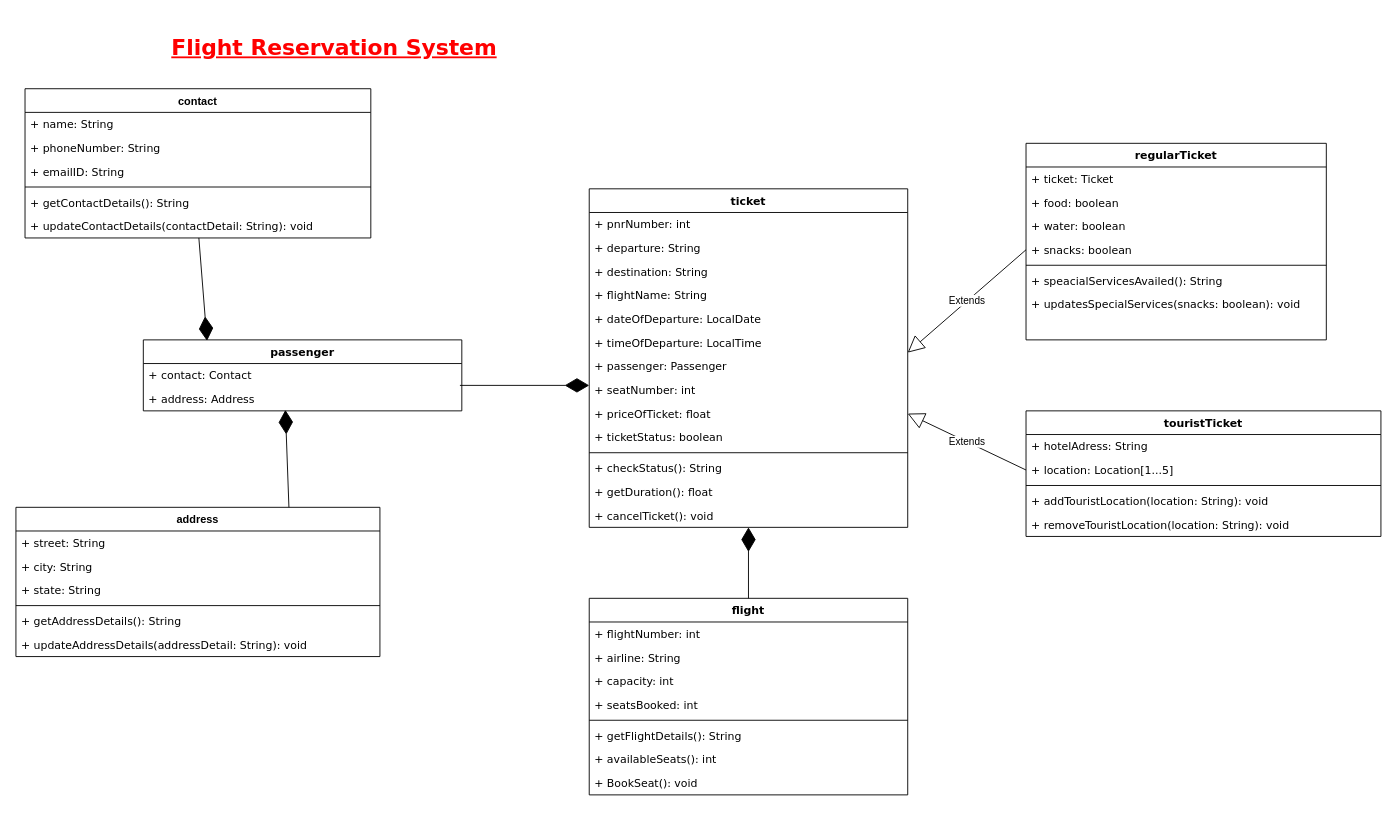
MallaRaviPrakashReddy/dummmy-upgrad-Project-for-practice keeps this draw.io diagram as frs.drawio.xml. Above is the earlier version. Source tidied: cells renumbered, new cells numbered last; positions are measured from the earlier drawing's top-left corner, leaving out a move shared by most shapes. Both pictures are drawn from the tidied source at 91%, with x=0, y=0 at pixel (15, 15).
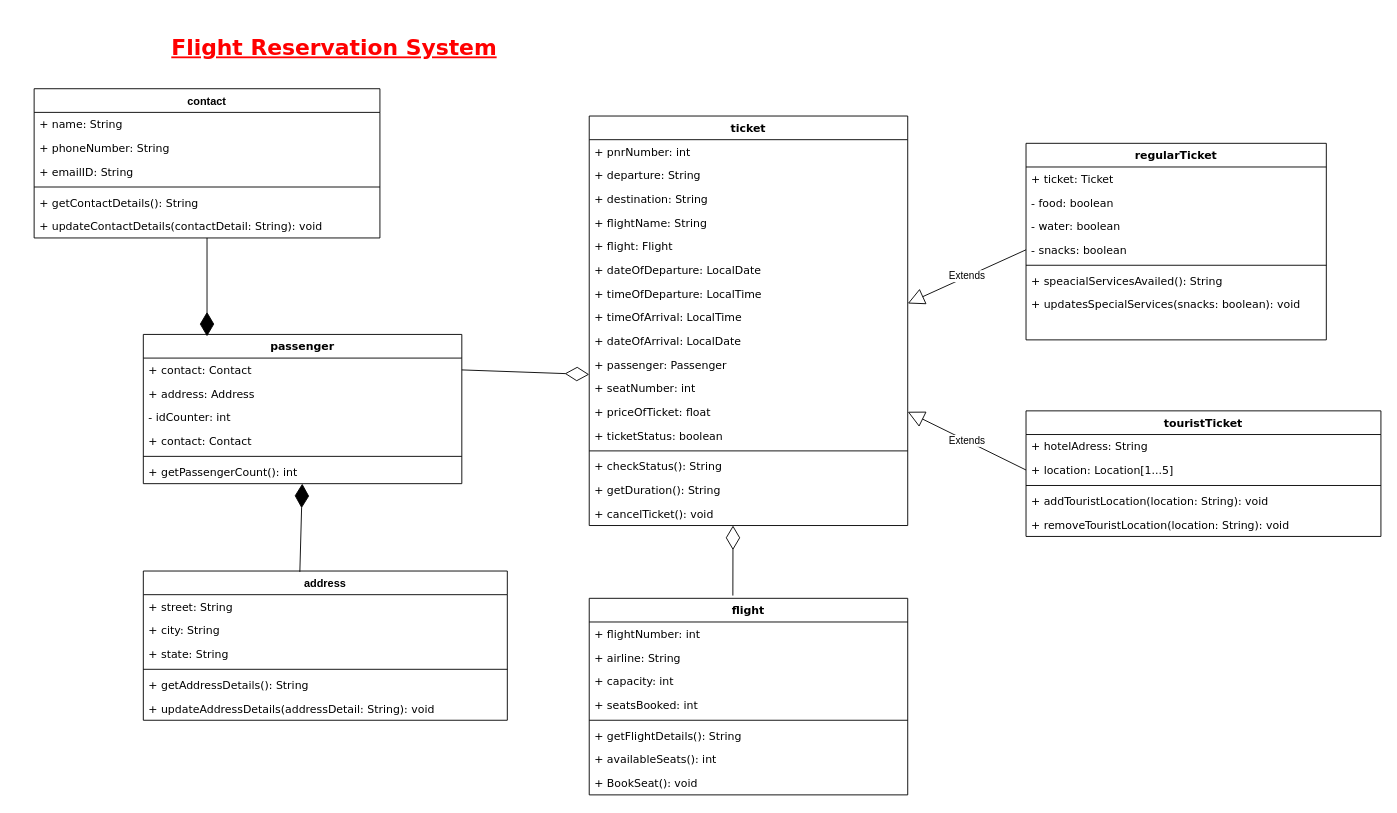
After the change.

Unchanged cells that the change refers to:
```xml
<mxCell id="4" value="+ contact: Contact" style="text;strokeColor=none;fillColor=none;align=left;verticalAlign=top;spacingLeft=4;spacingRight=4;overflow=hidden;points=[[0,0.5],[1,0.5]];portConstraint=eastwest;fontFamily=Verdana;fontColor=#000000;" parent="3" vertex="1">
  <mxGeometry y="26" width="350" height="26" as="geometry" />
</mxCell>
<mxCell id="5" value="+ address: Address" style="text;strokeColor=none;fillColor=none;align=left;verticalAlign=top;spacingLeft=4;spacingRight=4;overflow=hidden;points=[[0,0.5],[1,0.5]];portConstraint=eastwest;fontFamily=Verdana;fontColor=#000000;" parent="3" vertex="1">
  <mxGeometry y="52" width="350" height="26" as="geometry" />
</mxCell>
<mxCell id="21" value="regularTicket" style="swimlane;fontStyle=1;align=center;verticalAlign=top;horizontal=1;startSize=26;fontFamily=Verdana;fontColor=#000000;" parent="1" vertex="1">
  <mxGeometry x="1110" y="140" width="330" height="216" as="geometry" />
</mxCell>
<mxCell id="36" value="flight" style="swimlane;fontStyle=1;align=center;verticalAlign=top;horizontal=1;startSize=26;fontFamily=Verdana;fontColor=#000000;" parent="1" vertex="1">
  <mxGeometry x="630" y="640" width="350" height="216" as="geometry" />
</mxCell>
```

Diff of the diagram source:
```diff
@@
     <mxCell id="3" value="passenger" style="swimlane;fontStyle=1;align=center;verticalAlign=top;horizontal=1;startSize=26;fontFamily=Verdana;fontColor=#000000;" parent="1" vertex="1">
-      <mxGeometry x="140" y="356" width="350" height="78" as="geometry" />
+      <mxGeometry x="140" y="350" width="350" height="164" as="geometry" />
     </mxCell>
@@
+    <mxCell id="65" value="- idCounter: int" style="text;strokeColor=none;fillColor=none;align=left;verticalAlign=top;spacingLeft=4;spacingRight=4;overflow=hidden;fontFamily=Verdana;fontColor=#000000;" parent="3" vertex="1">
+      <mxGeometry y="78" width="350" height="26" as="geometry" />
+    </mxCell>
+    <mxCell id="66" value="+ contact: Contact" style="text;strokeColor=none;fillColor=none;align=left;verticalAlign=top;spacingLeft=4;spacingRight=4;overflow=hidden;fontFamily=Verdana;fontColor=#000000;" parent="3" vertex="1">
+      <mxGeometry y="104" width="350" height="26" as="geometry" />
+    </mxCell>
+    <mxCell id="67" style="line;strokeWidth=1;fillColor=none;align=left;verticalAlign=middle;spacingTop=-1;spacingLeft=3;spacingRight=3;labelPosition=right;" parent="3" vertex="1">
+      <mxGeometry y="130" width="350" height="8" as="geometry" />
+    </mxCell>
+    <mxCell id="68" value="+ getPassengerCount(): int" style="text;strokeColor=none;fillColor=none;align=left;verticalAlign=top;spacingLeft=4;spacingRight=4;overflow=hidden;points=[[0,0.5],[1,0.5]];portConstraint=eastwest;fontFamily=Verdana;fontColor=#000000;" parent="3" vertex="1">
+      <mxGeometry y="138" width="350" height="26" as="geometry" />
+    </mxCell>
     <mxCell id="6" value="ticket" style="swimlane;fontStyle=1;align=center;verticalAlign=top;horizontal=1;startSize=26;fontFamily=Verdana;fontColor=#000000;" parent="1" vertex="1">
-      <mxGeometry x="630" y="190" width="350" height="372" as="geometry" />
+      <mxGeometry x="630" y="110" width="350" height="450" as="geometry" />
     </mxCell>
@@
+    <mxCell id="69" value="+ flight: Flight" style="text;strokeColor=none;fillColor=none;align=left;verticalAlign=top;spacingLeft=4;spacingRight=4;overflow=hidden;fontFamily=Verdana;fontColor=#000000;" parent="6" vertex="1">
+      <mxGeometry y="130" width="350" height="26" as="geometry" />
+    </mxCell>
     <mxCell id="11" value="+ dateOfDeparture: LocalDate" style="text;strokeColor=none;fillColor=none;align=left;verticalAlign=top;spacingLeft=4;spacingRight=4;overflow=hidden;fontFamily=Verdana;fontColor=#000000;" parent="6" vertex="1">
-      <mxGeometry y="130" width="350" height="26" as="geometry" />
+      <mxGeometry y="156" width="350" height="26" as="geometry" />
     </mxCell>
     <mxCell id="12" value="+ timeOfDeparture: LocalTime" style="text;strokeColor=none;fillColor=none;align=left;verticalAlign=top;spacingLeft=4;spacingRight=4;overflow=hidden;points=[[0,0.5],[1,0.5]];portConstraint=eastwest;fontFamily=Verdana;fontColor=#000000;" parent="6" vertex="1">
-      <mxGeometry y="156" width="350" height="26" as="geometry" />
+      <mxGeometry y="182" width="350" height="26" as="geometry" />
     </mxCell>
+    <mxCell id="70" value="+ timeOfArrival: LocalTime" style="text;strokeColor=none;fillColor=none;align=left;verticalAlign=top;spacingLeft=4;spacingRight=4;overflow=hidden;fontFamily=Verdana;fontColor=#000000;" parent="6" vertex="1">
+      <mxGeometry y="208" width="350" height="26" as="geometry" />
+    </mxCell>
+    <mxCell id="71" value="+ dateOfArrival: LocalDate" style="text;strokeColor=none;fillColor=none;align=left;verticalAlign=top;spacingLeft=4;spacingRight=4;overflow=hidden;fontFamily=Verdana;fontColor=#000000;" parent="6" vertex="1">
+      <mxGeometry y="234" width="350" height="26" as="geometry" />
+    </mxCell>
     <mxCell id="13" value="+ passenger: Passenger" style="text;strokeColor=none;fillColor=none;align=left;verticalAlign=top;spacingLeft=4;spacingRight=4;overflow=hidden;fontFamily=Verdana;fontColor=#000000;" parent="6" vertex="1">
-      <mxGeometry y="182" width="350" height="26" as="geometry" />
+      <mxGeometry y="260" width="350" height="26" as="geometry" />
     </mxCell>
     <mxCell id="14" value="+ seatNumber: int" style="text;strokeColor=none;fillColor=none;align=left;verticalAlign=top;spacingLeft=4;spacingRight=4;overflow=hidden;points=[[0,0.5],[1,0.5]];portConstraint=eastwest;fontFamily=Verdana;fontColor=#000000;" parent="6" vertex="1">
-      <mxGeometry y="208" width="350" height="26" as="geometry" />
+      <mxGeometry y="286" width="350" height="26" as="geometry" />
     </mxCell>
     <mxCell id="15" value="+ priceOfTicket: float" style="text;strokeColor=none;fillColor=none;align=left;verticalAlign=top;spacingLeft=4;spacingRight=4;overflow=hidden;points=[[0,0.5],[1,0.5]];portConstraint=eastwest;fontFamily=Verdana;fontColor=#000000;" parent="6" vertex="1">
-      <mxGeometry y="234" width="350" height="26" as="geometry" />
+      <mxGeometry y="312" width="350" height="26" as="geometry" />
     </mxCell>
     <mxCell id="16" value="+ ticketStatus: boolean" style="text;strokeColor=none;fillColor=none;align=left;verticalAlign=top;spacingLeft=4;spacingRight=4;overflow=hidden;fontFamily=Verdana;fontColor=#000000;" parent="6" vertex="1">
-      <mxGeometry y="260" width="350" height="26" as="geometry" />
+      <mxGeometry y="338" width="350" height="26" as="geometry" />
     </mxCell>
     <mxCell id="17" style="line;strokeWidth=1;fillColor=none;align=left;verticalAlign=middle;spacingTop=-1;spacingLeft=3;spacingRight=3;labelPosition=right;fontFamily=Verdana;fontColor=#000000;" parent="6" vertex="1">
-      <mxGeometry y="286" width="350" height="8" as="geometry" />
+      <mxGeometry y="364" width="350" height="8" as="geometry" />
     </mxCell>
     <mxCell id="18" value="+ checkStatus(): String" style="text;strokeColor=none;fillColor=none;align=left;verticalAlign=top;spacingLeft=4;spacingRight=4;overflow=hidden;fontFamily=Verdana;fontColor=#000000;" parent="6" vertex="1">
-      <mxGeometry y="294" width="350" height="26" as="geometry" />
+      <mxGeometry y="372" width="350" height="26" as="geometry" />
     </mxCell>
-    <mxCell id="19" value="+ getDuration(): float" style="text;strokeColor=none;fillColor=none;align=left;verticalAlign=top;spacingLeft=4;spacingRight=4;overflow=hidden;fontFamily=Verdana;fontColor=#000000;" parent="6" vertex="1">
-      <mxGeometry y="320" width="350" height="26" as="geometry" />
+    <mxCell id="19" value="+ getDuration(): String" style="text;strokeColor=none;fillColor=none;align=left;verticalAlign=top;spacingLeft=4;spacingRight=4;overflow=hidden;fontFamily=Verdana;fontColor=#000000;" parent="6" vertex="1">
+      <mxGeometry y="398" width="350" height="26" as="geometry" />
     </mxCell>
     <mxCell id="20" value="+ cancelTicket(): void" style="text;strokeColor=none;fillColor=none;align=left;verticalAlign=top;spacingLeft=4;spacingRight=4;overflow=hidden;points=[[0,0.5],[1,0.5]];portConstraint=eastwest;fontFamily=Verdana;fontColor=#000000;" parent="6" vertex="1">
-      <mxGeometry y="346" width="350" height="26" as="geometry" />
+      <mxGeometry y="424" width="350" height="26" as="geometry" />
     </mxCell>
@@
-    <mxCell id="23" value="+ food: boolean" style="text;strokeColor=none;fillColor=none;align=left;verticalAlign=top;spacingLeft=4;spacingRight=4;overflow=hidden;fontFamily=Verdana;fontColor=#000000;" parent="21" vertex="1">
+    <mxCell id="23" value="- food: boolean" style="text;strokeColor=none;fillColor=none;align=left;verticalAlign=top;spacingLeft=4;spacingRight=4;overflow=hidden;fontFamily=Verdana;fontColor=#000000;" parent="21" vertex="1">
       <mxGeometry y="52" width="330" height="26" as="geometry" />
     </mxCell>
-    <mxCell id="24" value="+ water: boolean" style="text;strokeColor=none;fillColor=none;align=left;verticalAlign=top;spacingLeft=4;spacingRight=4;overflow=hidden;fontFamily=Verdana;fontColor=#000000;" parent="21" vertex="1">
+    <mxCell id="24" value="- water: boolean" style="text;strokeColor=none;fillColor=none;align=left;verticalAlign=top;spacingLeft=4;spacingRight=4;overflow=hidden;fontFamily=Verdana;fontColor=#000000;" parent="21" vertex="1">
       <mxGeometry y="78" width="330" height="26" as="geometry" />
     </mxCell>
-    <mxCell id="25" value="+ snacks: boolean" style="text;strokeColor=none;fillColor=none;align=left;verticalAlign=top;spacingLeft=4;spacingRight=4;overflow=hidden;points=[[0,0.5],[1,0.5]];portConstraint=eastwest;fontFamily=Verdana;fontColor=#000000;" parent="21" vertex="1">
+    <mxCell id="25" value="- snacks: boolean" style="text;strokeColor=none;fillColor=none;align=left;verticalAlign=top;spacingLeft=4;spacingRight=4;overflow=hidden;points=[[0,0.5],[1,0.5]];portConstraint=eastwest;fontFamily=Verdana;fontColor=#000000;" parent="21" vertex="1">
       <mxGeometry y="104" width="330" height="26" as="geometry" />
     </mxCell>
@@
-    <mxCell id="45" style="endArrow=diamondThin;endFill=1;endSize=24;html=1;rounded=0;exitX=0.5;exitY=0;exitDx=0;exitDy=0;" parent="1" edge="1" source="36" target="20">
-      <mxGeometry relative="1" as="geometry" />
-    </mxCell>
-    <mxCell id="46" style="endArrow=diamondThin;endFill=1;endSize=24;html=1;rounded=0;exitX=0.994;exitY=-0.077;exitDx=0;exitDy=0;exitPerimeter=0;" parent="1" edge="1" source="5">
-      <mxGeometry relative="1" as="geometry">
-        <mxPoint x="630" y="406" as="targetPoint" />
-      </mxGeometry>
-    </mxCell>
@@
     <mxCell id="49" value="contact" style="swimlane;fontStyle=1;align=center;verticalAlign=top;horizontal=1;startSize=26;fillColor=#FFFFFF;" parent="1" vertex="1">
-      <mxGeometry x="10" y="80" width="380" height="164" as="geometry" />
+      <mxGeometry x="20" y="80" width="380" height="164" as="geometry" />
     </mxCell>
@@
     <mxCell id="56" value="address" style="swimlane;fontStyle=1;align=center;verticalAlign=top;horizontal=1;startSize=26;fillColor=#FFFFFF;" parent="1" vertex="1">
-      <mxGeometry y="540" width="400" height="164" as="geometry" />
+      <mxGeometry x="140" y="610" width="400" height="164" as="geometry" />
     </mxCell>
@@
-    <mxCell id="64" style="endArrow=diamondThin;endFill=1;endSize=24;html=1;rounded=0;exitX=0.75;exitY=0;exitDx=0;exitDy=0;entryX=0.446;entryY=0.962;entryDx=0;entryDy=0;entryPerimeter=0;" parent="1" edge="1" source="56" target="5">
+    <mxCell id="64" style="endArrow=diamondThin;endFill=1;endSize=24;html=1;rounded=0;exitX=0.43;exitY=0.006;exitDx=0;exitDy=0;exitPerimeter=0;" parent="1" edge="1" source="56" target="68">
       <mxGeometry relative="1" as="geometry" />
     </mxCell>
+    <mxCell id="72" style="endArrow=diamondThin;endFill=0;endSize=24;html=1;rounded=0;exitX=1;exitY=0.5;exitDx=0;exitDy=0;entryX=0;entryY=-0.077;entryDx=0;entryDy=0;entryPerimeter=0;" parent="1" edge="1" source="4" target="14">
+      <mxGeometry relative="1" as="geometry" />
+    </mxCell>
+    <mxCell id="73" style="endArrow=diamondThin;endFill=0;endSize=24;html=1;rounded=0;exitX=0.451;exitY=-0.014;exitDx=0;exitDy=0;exitPerimeter=0;" parent="1" edge="1" source="36">
+      <mxGeometry relative="1" as="geometry">
+        <mxPoint x="788" y="560" as="targetPoint" />
+      </mxGeometry>
+    </mxCell>
```
